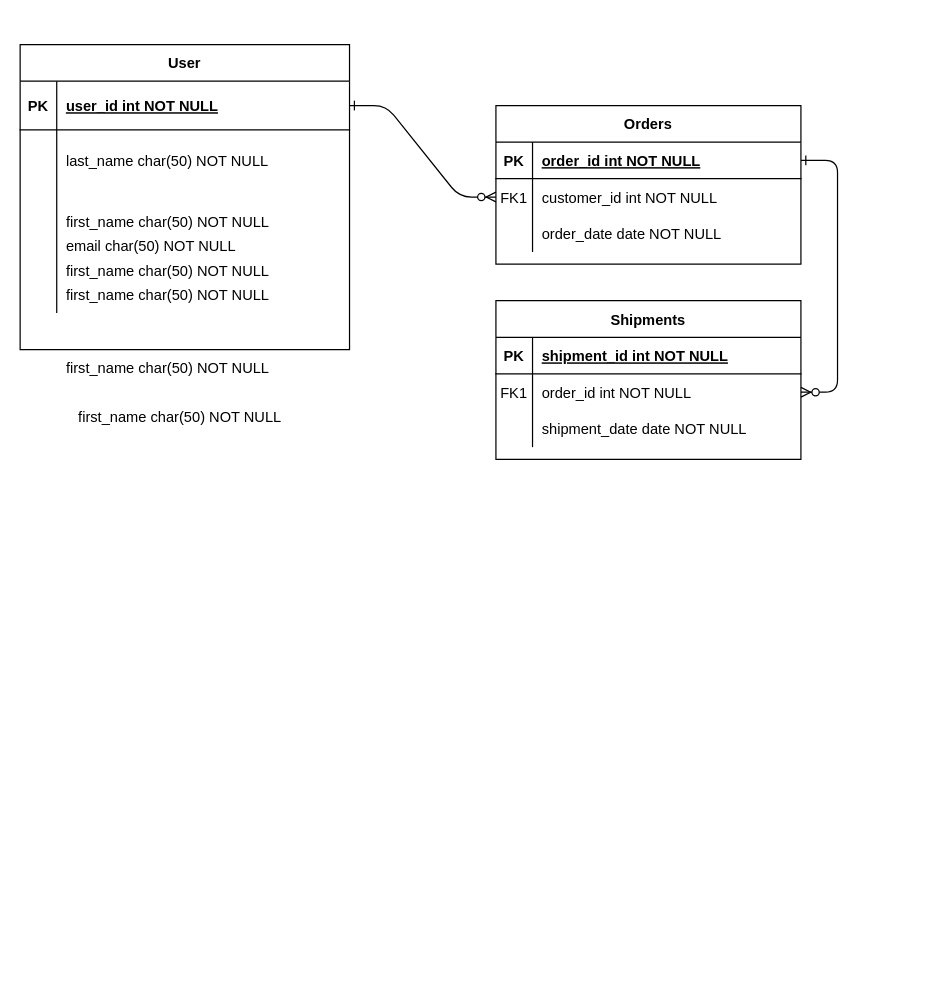
Earlier version of the draw.io diagram Untitled Diagram.drawio (OumaSylvester/NewspaperApp). Source tidied: cells renumbered, new cells numbered last; positions are measured from the earlier drawing's top-left corner, leaving out a move shared by most shapes. Both pictures are drawn from the tidied source at 122%, with x=0, y=0 at pixel (20, 44).
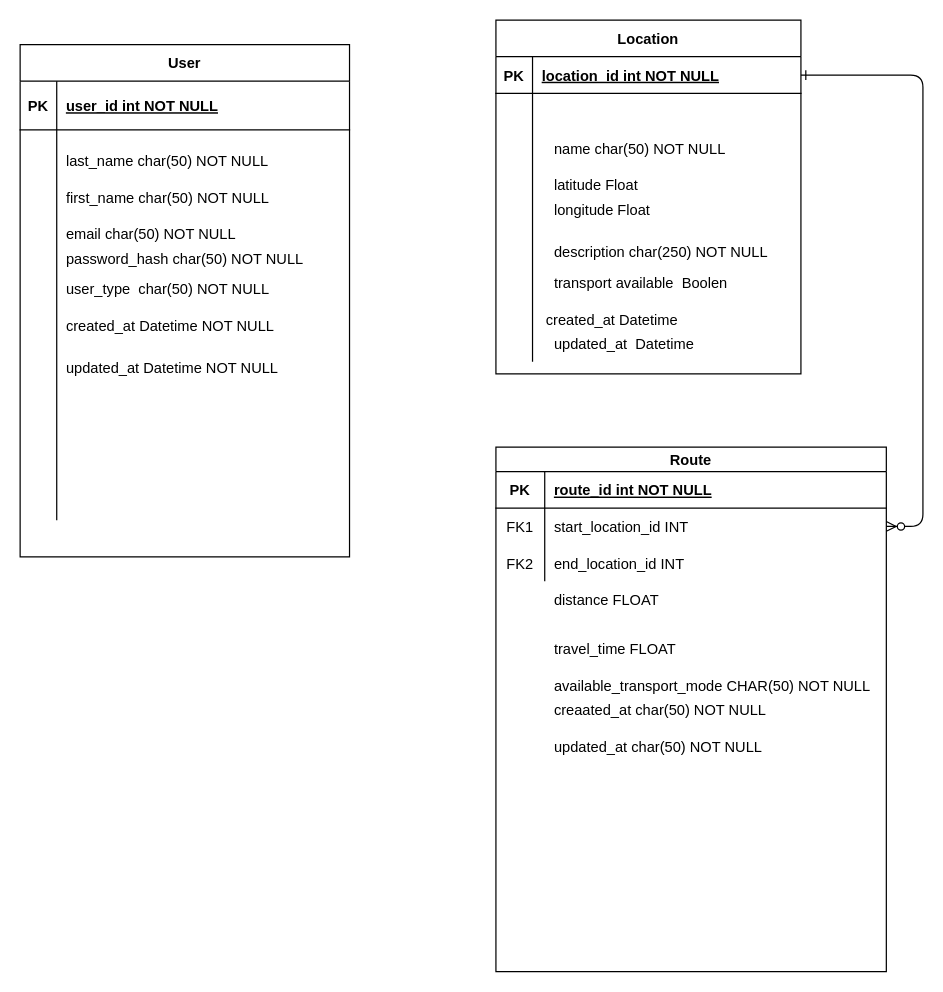
After the change.

Unchanged cells that the change refers to:
```xml
<mxCell id="5" style="shape=partialRectangle;fillColor=none;points=[[0,0.5],[1,0.5]];portConstraint=eastwest;top=0;left=0;right=0;bottom=1;" parent="4" vertex="1">
  <mxGeometry y="30" width="250" height="30" as="geometry" />
</mxCell>
<mxCell id="25" style="shape=partialRectangle;fillColor=none;points=[[0,0.5],[1,0.5]];portConstraint=eastwest;top=0;left=0;right=0;bottom=1;" parent="24" vertex="1">
  <mxGeometry y="30" width="270" height="40" as="geometry" />
</mxCell>
```

The edit, as a diff of the source:
```diff
@@
-    <mxCell id="2" style="edgeStyle=entityRelationEdgeStyle;endArrow=ERzeroToMany;startArrow=ERone;endFill=1;startFill=0;" parent="1" edge="1" source="25" target="8">
-      <mxGeometry relative="1" as="geometry" />
-    </mxCell>
@@
-    <mxCell id="4" value="Orders" style="shape=table;startSize=30;childLayout=tableLayout;rowLines=0;fontStyle=1;align=center;" parent="1" vertex="1">
-      <mxGeometry x="390" y="50" width="250" height="130" as="geometry" />
+    <mxCell id="4" value="Location" style="shape=table;startSize=30;childLayout=tableLayout;rowLines=0;fontStyle=1;align=center;" parent="1" vertex="1">
+      <mxGeometry x="390" y="-20" width="250" height="290" as="geometry" />
     </mxCell>
@@
-    <mxCell id="7" value="order_id int NOT NULL " style="shape=partialRectangle;overflow=hidden;fillColor=none;top=0;left=0;bottom=0;right=0;align=left;spacingLeft=6;fontStyle=5;" parent="5" vertex="1">
+    <mxCell id="7" value="location_id int NOT NULL " style="shape=partialRectangle;overflow=hidden;fillColor=none;top=0;left=0;bottom=0;right=0;align=left;spacingLeft=6;fontStyle=5;" parent="5" vertex="1">
       <mxGeometry x="30" width="220" height="30" as="geometry" />
     </mxCell>
     <mxCell id="8" style="shape=partialRectangle;fillColor=none;points=[[0,0.5],[1,0.5]];portConstraint=eastwest;top=0;left=0;right=0;bottom=0;" parent="4" vertex="1">
-      <mxGeometry y="60" width="250" height="30" as="geometry" />
+      <mxGeometry y="60" width="250" height="190" as="geometry" />
     </mxCell>
-    <mxCell id="9" value="FK1" style="shape=partialRectangle;overflow=hidden;fillColor=none;top=0;left=0;bottom=0;right=0;" parent="8" vertex="1">
-      <mxGeometry width="30" height="30" as="geometry" />
+    <mxCell id="9" style="shape=partialRectangle;overflow=hidden;fillColor=none;top=0;left=0;bottom=0;right=0;" parent="8" vertex="1">
+      <mxGeometry width="30" height="190" as="geometry" />
     </mxCell>
-    <mxCell id="10" value="customer_id int NOT NULL" style="shape=partialRectangle;overflow=hidden;fillColor=none;top=0;left=0;bottom=0;right=0;align=left;spacingLeft=6;" parent="8" vertex="1">
-      <mxGeometry x="30" width="220" height="30" as="geometry" />
+    <mxCell id="10" style="shape=partialRectangle;overflow=hidden;fillColor=none;top=0;left=0;bottom=0;right=0;align=left;spacingLeft=6;" parent="8" vertex="1">
+      <mxGeometry x="30" width="220" height="190" as="geometry" />
     </mxCell>
     <mxCell id="11" style="shape=partialRectangle;fillColor=none;top=0;left=0;right=0;bottom=0;" parent="4" vertex="1">
-      <mxGeometry y="90" width="250" height="30" as="geometry" />
+      <mxGeometry y="250" width="250" height="30" as="geometry" />
     </mxCell>
@@
-    <mxCell id="13" value="order_date date NOT NULL" style="shape=partialRectangle;overflow=hidden;fillColor=none;top=0;left=0;bottom=0;right=0;align=left;spacingLeft=6;" parent="11" vertex="1">
+    <mxCell id="13" style="shape=partialRectangle;overflow=hidden;fillColor=none;top=0;left=0;bottom=0;right=0;align=left;spacingLeft=6;" parent="11" vertex="1">
       <mxGeometry x="30" width="220" height="30" as="geometry" />
     </mxCell>
-    <mxCell id="14" value="Shipments" style="shape=table;startSize=30;childLayout=tableLayout;rowLines=0;fontStyle=1;align=center;" parent="1" vertex="1">
-      <mxGeometry x="390" y="210" width="250" height="130" as="geometry" />
+    <mxCell id="14" value="Route" style="shape=table;startSize=20;childLayout=tableLayout;rowLines=0;fontStyle=1;align=center;" parent="1" vertex="1">
+      <mxGeometry x="390" y="330" width="320" height="430" as="geometry" />
     </mxCell>
     <mxCell id="15" style="shape=partialRectangle;fillColor=none;top=0;left=0;right=0;bottom=1;" parent="14" vertex="1">
-      <mxGeometry y="30" width="250" height="30" as="geometry" />
+      <mxGeometry y="20" width="320" height="30" as="geometry" />
     </mxCell>
     <mxCell id="16" value="PK" style="shape=partialRectangle;overflow=hidden;fillColor=none;top=0;left=0;bottom=0;right=0;fontStyle=1;" parent="15" vertex="1">
-      <mxGeometry width="30" height="30" as="geometry" />
+      <mxGeometry width="40" height="30" as="geometry" />
     </mxCell>
-    <mxCell id="17" value="shipment_id int NOT NULL " style="shape=partialRectangle;overflow=hidden;fillColor=none;top=0;left=0;bottom=0;right=0;align=left;spacingLeft=6;fontStyle=5;" parent="15" vertex="1">
-      <mxGeometry x="30" width="220" height="30" as="geometry" />
+    <mxCell id="17" value="route_id int NOT NULL " style="shape=partialRectangle;overflow=hidden;fillColor=none;top=0;left=0;bottom=0;right=0;align=left;spacingLeft=6;fontStyle=5;" parent="15" vertex="1">
+      <mxGeometry x="40" width="280" height="30" as="geometry" />
     </mxCell>
     <mxCell id="18" style="shape=partialRectangle;fillColor=none;points=[[0,0.5],[1,0.5]];portConstraint=eastwest;top=0;left=0;right=0;bottom=0;" parent="14" vertex="1">
-      <mxGeometry y="60" width="250" height="30" as="geometry" />
+      <mxGeometry y="50" width="320" height="30" as="geometry" />
     </mxCell>
     <mxCell id="19" value="FK1" style="shape=partialRectangle;overflow=hidden;fillColor=none;top=0;left=0;bottom=0;right=0;" parent="18" vertex="1">
-      <mxGeometry width="30" height="30" as="geometry" />
+      <mxGeometry width="40" height="30" as="geometry" />
     </mxCell>
-    <mxCell id="20" value="order_id int NOT NULL" style="shape=partialRectangle;overflow=hidden;fillColor=none;top=0;left=0;bottom=0;right=0;align=left;spacingLeft=6;" parent="18" vertex="1">
-      <mxGeometry x="30" width="220" height="30" as="geometry" />
+    <mxCell id="20" value="start_location_id INT" style="shape=partialRectangle;overflow=hidden;fillColor=none;top=0;left=0;bottom=0;right=0;align=left;spacingLeft=6;" parent="18" vertex="1">
+      <mxGeometry x="40" width="280" height="30" as="geometry" />
     </mxCell>
     <mxCell id="21" style="shape=partialRectangle;fillColor=none;top=0;left=0;right=0;bottom=0;" parent="14" vertex="1">
-      <mxGeometry y="90" width="250" height="30" as="geometry" />
+      <mxGeometry y="80" width="320" height="30" as="geometry" />
     </mxCell>
-    <mxCell id="22" style="shape=partialRectangle;overflow=hidden;fillColor=none;top=0;left=0;bottom=0;right=0;" parent="21" vertex="1">
-      <mxGeometry width="30" height="30" as="geometry" />
+    <mxCell id="22" value="FK2" style="shape=partialRectangle;overflow=hidden;fillColor=none;top=0;left=0;bottom=0;right=0;" parent="21" vertex="1">
+      <mxGeometry width="40" height="30" as="geometry" />
     </mxCell>
-    <mxCell id="23" value="shipment_date date NOT NULL" style="shape=partialRectangle;overflow=hidden;fillColor=none;top=0;left=0;bottom=0;right=0;align=left;spacingLeft=6;" parent="21" vertex="1">
-      <mxGeometry x="30" width="220" height="30" as="geometry" />
+    <mxCell id="23" value="end_location_id INT" style="shape=partialRectangle;overflow=hidden;fillColor=none;top=0;left=0;bottom=0;right=0;align=left;spacingLeft=6;" parent="21" vertex="1">
+      <mxGeometry x="40" width="280" height="30" as="geometry" />
     </mxCell>
     <mxCell id="24" value="User" style="shape=table;startSize=30;childLayout=tableLayout;rowLines=0;fontStyle=1;align=center;" parent="1" vertex="1">
-      <mxGeometry width="270" height="250" as="geometry" />
+      <mxGeometry width="270" height="420" as="geometry" />
     </mxCell>
@@
     <mxCell id="28" style="shape=partialRectangle;fillColor=none;top=0;left=0;right=0;bottom=0;" parent="24" vertex="1">
-      <mxGeometry y="70" width="270" height="150" as="geometry" />
+      <mxGeometry y="70" width="270" height="320" as="geometry" />
     </mxCell>
     <mxCell id="29" style="shape=partialRectangle;overflow=hidden;fillColor=none;top=0;left=0;bottom=0;right=0;" parent="28" vertex="1">
-      <mxGeometry width="30" height="150" as="geometry" />
+      <mxGeometry width="30" height="320" as="geometry" />
     </mxCell>
-    <mxCell id="30" value="first_name char(50) NOT NULL" style="shape=partialRectangle;overflow=hidden;fillColor=none;top=0;left=0;bottom=0;right=0;align=left;spacingLeft=6;" parent="28" vertex="1">
-      <mxGeometry x="30" width="240" height="150" as="geometry" />
+    <mxCell id="30" value="created_at Datetime NOT NULL" style="shape=partialRectangle;overflow=hidden;fillColor=none;top=0;left=0;bottom=0;right=0;align=left;spacingLeft=6;" parent="28" vertex="1">
+      <mxGeometry x="30" width="240" height="320" as="geometry" />
     </mxCell>
@@
     <mxCell id="32" value="email char(50) NOT NULL" style="shape=partialRectangle;overflow=hidden;fillColor=none;top=0;left=0;bottom=0;right=0;align=left;spacingLeft=6;" parent="1" vertex="1">
-      <mxGeometry x="30" y="150" width="210" height="30" as="geometry" />
+      <mxGeometry x="30" y="140" width="210" height="30" as="geometry" />
     </mxCell>
-    <mxCell id="33" value="first_name char(50) NOT NULL" style="shape=partialRectangle;overflow=hidden;fillColor=none;top=0;left=0;bottom=0;right=0;align=left;spacingLeft=6;" parent="1" vertex="1">
-      <mxGeometry x="30" y="190" width="220" height="30" as="geometry" />
+    <mxCell id="33" value="user_type  char(50) NOT NULL" style="shape=partialRectangle;overflow=hidden;fillColor=none;top=0;left=0;bottom=0;right=0;align=left;spacingLeft=6;" parent="1" vertex="1">
+      <mxGeometry x="30" y="185" width="220" height="30" as="geometry" />
     </mxCell>
-    <mxCell id="34" value="first_name char(50) NOT NULL" style="shape=partialRectangle;overflow=hidden;fillColor=none;top=0;left=0;bottom=0;right=0;align=left;spacingLeft=6;" parent="1" vertex="1">
-      <mxGeometry x="30" y="170" width="220" height="30" as="geometry" />
+    <mxCell id="34" value="password_hash char(50) NOT NULL" style="shape=partialRectangle;overflow=hidden;fillColor=none;top=0;left=0;bottom=0;right=0;align=left;spacingLeft=6;" parent="1" vertex="1">
+      <mxGeometry x="30" y="160" width="220" height="30" as="geometry" />
     </mxCell>
     <mxCell id="35" value="first_name char(50) NOT NULL" style="shape=partialRectangle;overflow=hidden;fillColor=none;top=0;left=0;bottom=0;right=0;align=left;spacingLeft=6;" parent="1" vertex="1">
-      <mxGeometry x="30" y="250" width="220" height="30" as="geometry" />
+      <mxGeometry x="30" y="110" width="220" height="30" as="geometry" />
     </mxCell>
-    <mxCell id="36" value="first_name char(50) NOT NULL" style="shape=partialRectangle;overflow=hidden;fillColor=none;top=0;left=0;bottom=0;right=0;align=left;spacingLeft=6;" parent="1" vertex="1">
-      <mxGeometry x="40" y="290" width="220" height="30" as="geometry" />
+    <mxCell id="36" value="updated_at Datetime NOT NULL" style="shape=partialRectangle;overflow=hidden;fillColor=none;top=0;left=0;bottom=0;right=0;align=left;spacingLeft=6;" parent="1" vertex="1">
+      <mxGeometry x="30" y="250" width="220" height="30" as="geometry" />
     </mxCell>
+    <mxCell id="37" value="name char(50) NOT NULL" style="shape=partialRectangle;overflow=hidden;fillColor=none;top=0;left=0;bottom=0;right=0;align=left;spacingLeft=6;" parent="1" vertex="1">
+      <mxGeometry x="430" y="70" width="220" height="30" as="geometry" />
+    </mxCell>
+    <mxCell id="38" value="latitude Float" style="shape=partialRectangle;overflow=hidden;fillColor=none;top=0;left=0;bottom=0;right=0;align=left;spacingLeft=6;" parent="1" vertex="1">
+      <mxGeometry x="430" y="100" width="220" height="30" as="geometry" />
+    </mxCell>
+    <mxCell id="39" value="longitude Float" style="shape=partialRectangle;overflow=hidden;fillColor=none;top=0;left=0;bottom=0;right=0;align=left;spacingLeft=6;" parent="1" vertex="1">
+      <mxGeometry x="430" y="120" width="220" height="30" as="geometry" />
+    </mxCell>
+    <mxCell id="40" value="description char(250) NOT NULL" style="shape=partialRectangle;overflow=hidden;fillColor=none;top=0;left=0;bottom=0;right=0;align=left;spacingLeft=6;" parent="1" vertex="1">
+      <mxGeometry x="430" y="155" width="220" height="30" as="geometry" />
+    </mxCell>
+    <mxCell id="41" value="transport available  Boolen" style="shape=partialRectangle;overflow=hidden;fillColor=none;top=0;left=0;bottom=0;right=0;align=left;spacingLeft=6;" parent="1" vertex="1">
+      <mxGeometry x="430" y="180" width="220" height="30" as="geometry" />
+    </mxCell>
+    <mxCell id="42" value=" created_at Datetime" style="shape=partialRectangle;overflow=hidden;fillColor=none;top=0;left=0;bottom=0;right=0;align=left;spacingLeft=6;" parent="1" vertex="1">
+      <mxGeometry x="420" y="210" width="220" height="30" as="geometry" />
+    </mxCell>
+    <mxCell id="43" value="updated_at  Datetime" style="shape=partialRectangle;overflow=hidden;fillColor=none;top=0;left=0;bottom=0;right=0;align=left;spacingLeft=6;" parent="1" vertex="1">
+      <mxGeometry x="430" y="230" width="220" height="30" as="geometry" />
+    </mxCell>
+    <mxCell id="44" value="distance FLOAT" style="shape=partialRectangle;overflow=hidden;fillColor=none;top=0;left=0;bottom=0;right=0;align=left;spacingLeft=6;" parent="1" vertex="1">
+      <mxGeometry x="430" y="440" width="220" height="30" as="geometry" />
+    </mxCell>
+    <mxCell id="45" value="travel_time FLOAT" style="shape=partialRectangle;overflow=hidden;fillColor=none;top=0;left=0;bottom=0;right=0;align=left;spacingLeft=6;" parent="1" vertex="1">
+      <mxGeometry x="430" y="480" width="220" height="30" as="geometry" />
+    </mxCell>
+    <mxCell id="46" value="available_transport_mode CHAR(50) NOT NULL" style="shape=partialRectangle;overflow=hidden;fillColor=none;top=0;left=0;bottom=0;right=0;align=left;spacingLeft=6;" parent="1" vertex="1">
+      <mxGeometry x="430" y="510" width="270" height="30" as="geometry" />
+    </mxCell>
+    <mxCell id="47" value="updated_at char(50) NOT NULL" style="shape=partialRectangle;overflow=hidden;fillColor=none;top=0;left=0;bottom=0;right=0;align=left;spacingLeft=6;" parent="1" vertex="1">
+      <mxGeometry x="430" y="560" width="220" height="30" as="geometry" />
+    </mxCell>
+    <mxCell id="48" value="creaated_at char(50) NOT NULL" style="shape=partialRectangle;overflow=hidden;fillColor=none;top=0;left=0;bottom=0;right=0;align=left;spacingLeft=6;" parent="1" vertex="1">
+      <mxGeometry x="430" y="530" width="220" height="30" as="geometry" />
+    </mxCell>
```
